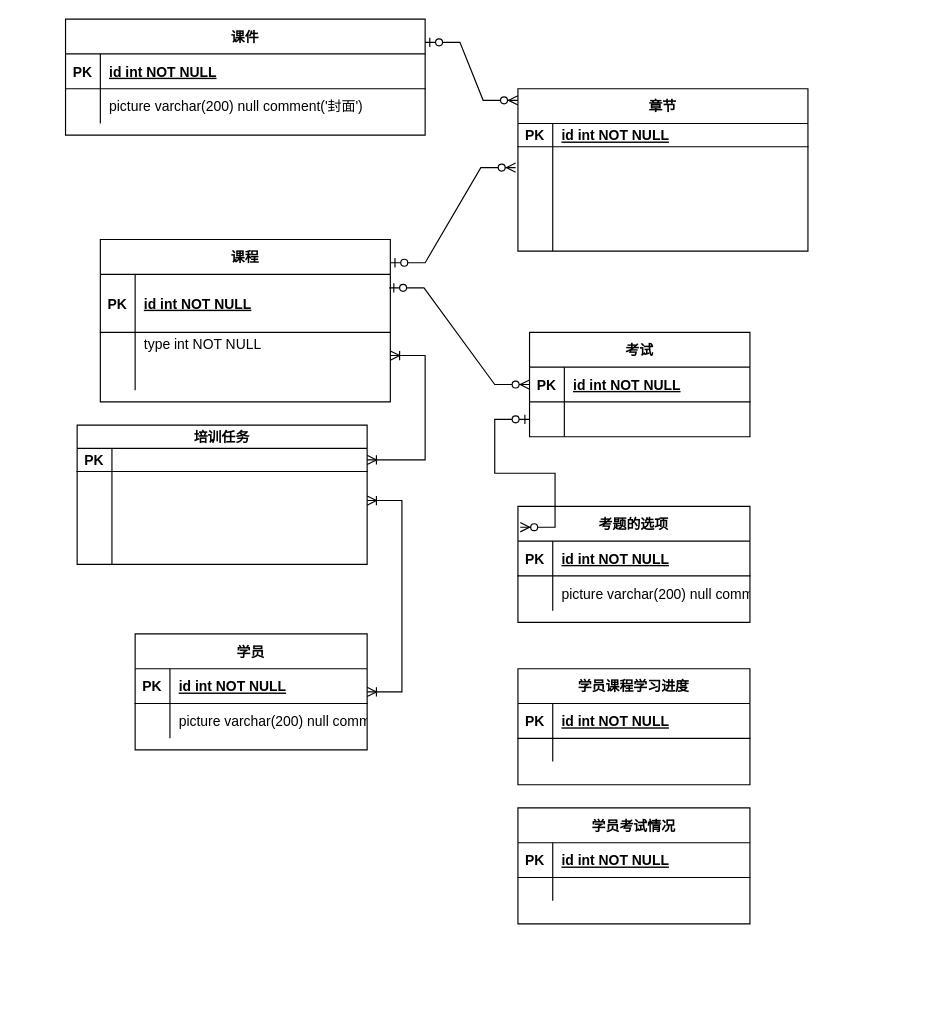
This is education.drawio from jasonTong1/diagram, a draw.io file, before an edit. Source tidied: cells renumbered, new cells numbered last; positions are measured from the earlier drawing's top-left corner, leaving out a move shared by most shapes. Both pictures are drawn from the tidied source at 116%, with x=0, y=0 at pixel (65, 19).
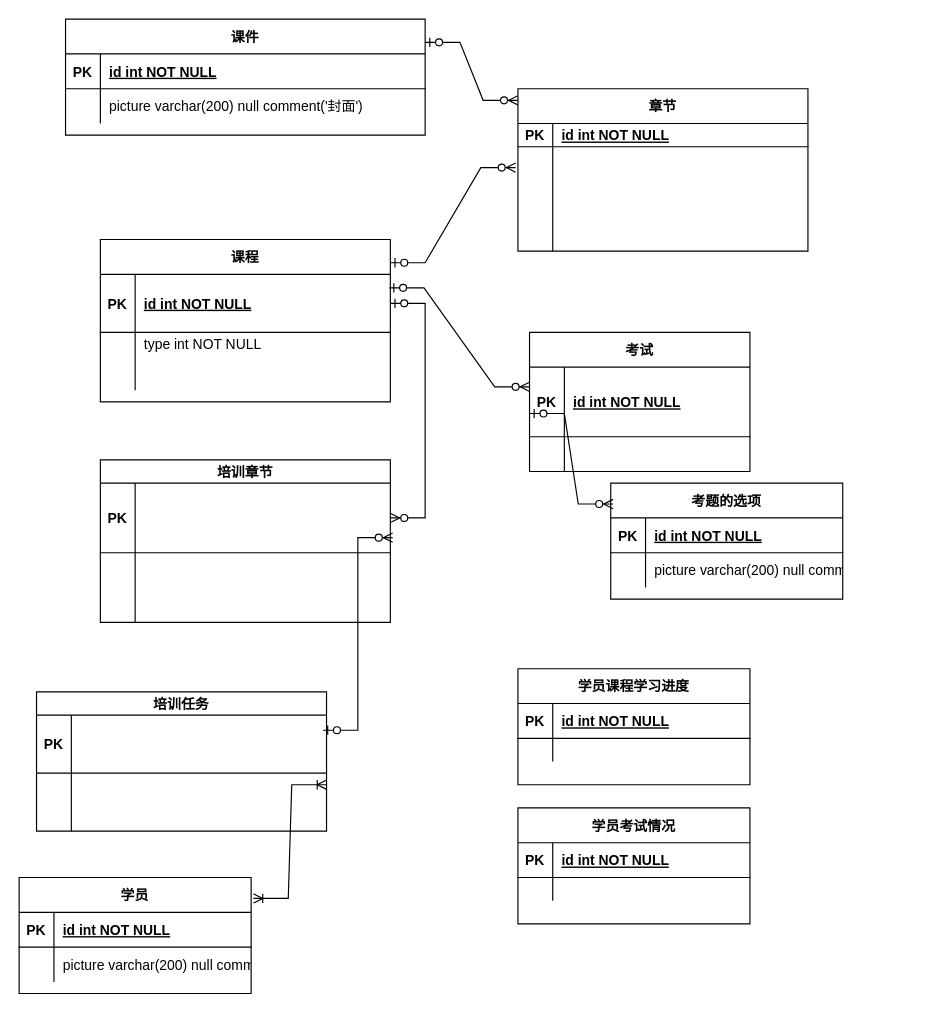
The same page after the edit.

Unchanged cells that the change refers to:
```xml
<mxCell id="3" style="shape=partialRectangle;fillColor=none;points=[[0,0.5],[1,0.5]];portConstraint=eastwest;top=0;left=0;right=0;bottom=1;" parent="2" vertex="1">
  <mxGeometry y="30" width="250" height="50" as="geometry" />
</mxCell>
```

Diff of the diagram source:
```diff
@@
     <mxCell id="12" value="培训任务" style="shape=table;startSize=20;childLayout=tableLayout;rowLines=0;fontStyle=1;align=center;" parent="1" vertex="1">
-      <mxGeometry x="10" y="350" width="250" height="120" as="geometry" />
+      <mxGeometry x="-25" y="580" width="250" height="120" as="geometry" />
     </mxCell>
     <mxCell id="13" style="shape=partialRectangle;fillColor=none;points=[[0,0.5],[1,0.5]];portConstraint=eastwest;top=0;left=0;right=0;bottom=1;" parent="12" vertex="1">
-      <mxGeometry y="20" width="250" height="20" as="geometry" />
+      <mxGeometry y="20" width="250" height="50" as="geometry" />
     </mxCell>
     <mxCell id="14" value="PK" style="shape=partialRectangle;overflow=hidden;fillColor=none;top=0;left=0;bottom=0;right=0;fontStyle=1;" parent="13" vertex="1">
-      <mxGeometry width="30" height="20" as="geometry" />
+      <mxGeometry width="30" height="50" as="geometry" />
     </mxCell>
     <mxCell id="15" style="shape=partialRectangle;overflow=hidden;fillColor=none;top=0;left=0;bottom=0;right=0;align=left;spacingLeft=6;fontStyle=5;" parent="13" vertex="1">
-      <mxGeometry x="30" width="220" height="20" as="geometry" />
+      <mxGeometry x="30" width="220" height="50" as="geometry" />
     </mxCell>
     <mxCell id="16" style="shape=partialRectangle;fillColor=none;points=[[0,0.5],[1,0.5]];portConstraint=eastwest;top=0;left=0;right=0;bottom=0;" parent="12" vertex="1">
-      <mxGeometry y="40" width="250" height="50" as="geometry" />
+      <mxGeometry y="70" width="250" height="20" as="geometry" />
     </mxCell>
     <mxCell id="17" style="shape=partialRectangle;overflow=hidden;fillColor=none;top=0;left=0;bottom=0;right=0;" parent="16" vertex="1">
-      <mxGeometry width="30" height="50" as="geometry" />
+      <mxGeometry width="30" height="20" as="geometry" />
     </mxCell>
     <mxCell id="18" style="shape=partialRectangle;overflow=hidden;fillColor=none;top=0;left=0;bottom=0;right=0;align=left;spacingLeft=6;" parent="16" vertex="1">
-      <mxGeometry x="30" width="220" height="50" as="geometry" />
+      <mxGeometry x="30" width="220" height="20" as="geometry" />
     </mxCell>
@@
-    <mxCell id="29" style="edgeStyle=entityRelationEdgeStyle;fontSize=12;html=1;endArrow=ERoneToMany;startArrow=ERoneToMany;rounded=0;entryX=1;entryY=0.5;entryDx=0;entryDy=0;" parent="1" edge="1" target="13">
-      <mxGeometry relative="1" as="geometry">
-        <mxPoint x="280" y="290" as="sourcePoint" />
-      </mxGeometry>
-    </mxCell>
     <mxCell id="30" value="考试" style="shape=table;startSize=30;childLayout=tableLayout;rowLines=0;fontStyle=1;align=center;" parent="1" vertex="1">
-      <mxGeometry x="400" y="270" width="190" height="90" as="geometry" />
+      <mxGeometry x="400" y="270" width="190" height="120" as="geometry" />
     </mxCell>
     <mxCell id="31" style="shape=partialRectangle;fillColor=none;points=[[0,0.5],[1,0.5]];portConstraint=eastwest;top=0;left=0;right=0;bottom=1;" parent="30" vertex="1">
-      <mxGeometry y="30" width="190" height="30" as="geometry" />
+      <mxGeometry y="30" width="190" height="60" as="geometry" />
     </mxCell>
     <mxCell id="32" value="PK" style="shape=partialRectangle;overflow=hidden;fillColor=none;top=0;left=0;bottom=0;right=0;fontStyle=1;" parent="31" vertex="1">
-      <mxGeometry width="30" height="30" as="geometry" />
+      <mxGeometry width="30" height="60" as="geometry" />
     </mxCell>
     <mxCell id="33" value="id int NOT NULL " style="shape=partialRectangle;overflow=hidden;fillColor=none;top=0;left=0;bottom=0;right=0;align=left;spacingLeft=6;fontStyle=5;" parent="31" vertex="1">
-      <mxGeometry x="30" width="160" height="30" as="geometry" />
+      <mxGeometry x="30" width="160" height="60" as="geometry" />
     </mxCell>
     <mxCell id="34" style="shape=partialRectangle;fillColor=none;points=[[0,0.5],[1,0.5]];portConstraint=eastwest;top=0;left=0;right=0;bottom=0;" parent="30" vertex="1">
-      <mxGeometry y="60" width="190" height="30" as="geometry" />
+      <mxGeometry y="90" width="190" height="30" as="geometry" />
     </mxCell>
@@
-    <mxCell id="37" style="edgeStyle=entityRelationEdgeStyle;fontSize=12;html=1;endArrow=ERzeroToMany;startArrow=ERzeroToOne;rounded=0;exitX=0.996;exitY=0.233;exitDx=0;exitDy=0;exitPerimeter=0;" parent="1" edge="1" source="3" target="30">
+    <mxCell id="37" style="edgeStyle=entityRelationEdgeStyle;fontSize=12;html=1;endArrow=ERzeroToMany;startArrow=ERzeroToOne;rounded=0;exitX=0.996;exitY=0.233;exitDx=0;exitDy=0;exitPerimeter=0;entryX=0;entryY=0.283;entryDx=0;entryDy=0;entryPerimeter=0;" parent="1" edge="1" source="3" target="31">
       <mxGeometry relative="1" as="geometry" />
     </mxCell>
@@
     <mxCell id="50" value="学员" style="shape=table;startSize=30;childLayout=tableLayout;rowLines=0;fontStyle=1;align=center;" parent="1" vertex="1">
-      <mxGeometry x="60" y="530" width="200" height="100" as="geometry" />
+      <mxGeometry x="-40" y="740" width="200" height="100" as="geometry" />
     </mxCell>
@@
-    <mxCell id="57" style="edgeStyle=entityRelationEdgeStyle;fontSize=12;html=1;endArrow=ERoneToMany;startArrow=ERoneToMany;rounded=0;exitX=1;exitY=0.5;exitDx=0;exitDy=0;" parent="1" edge="1" source="16" target="50">
+    <mxCell id="57" style="edgeStyle=entityRelationEdgeStyle;fontSize=12;html=1;endArrow=ERoneToMany;startArrow=ERoneToMany;rounded=0;exitX=1;exitY=0.5;exitDx=0;exitDy=0;entryX=1.01;entryY=0.18;entryDx=0;entryDy=0;entryPerimeter=0;" parent="1" edge="1" source="16" target="50">
       <mxGeometry relative="1" as="geometry" />
     </mxCell>
     <mxCell id="58" value="考题的选项" style="shape=table;startSize=30;childLayout=tableLayout;rowLines=0;fontStyle=1;align=center;" parent="1" vertex="1">
-      <mxGeometry x="390" y="420" width="200" height="100" as="geometry" />
+      <mxGeometry x="470" y="400" width="200" height="100" as="geometry" />
     </mxCell>
@@
-    <mxCell id="65" style="edgeStyle=entityRelationEdgeStyle;fontSize=12;html=1;endArrow=ERzeroToMany;startArrow=ERzeroToOne;rounded=0;exitX=0;exitY=0.5;exitDx=0;exitDy=0;entryX=0.01;entryY=0.18;entryDx=0;entryDy=0;entryPerimeter=0;" parent="1" edge="1" source="34" target="58">
-      <mxGeometry relative="1" as="geometry" />
+    <mxCell id="65" style="edgeStyle=entityRelationEdgeStyle;fontSize=12;html=1;endArrow=ERzeroToMany;startArrow=ERzeroToOne;rounded=0;entryX=0.01;entryY=0.18;entryDx=0;entryDy=0;entryPerimeter=0;" parent="1" edge="1" target="58">
+      <mxGeometry relative="1" as="geometry">
+        <mxPoint x="400" y="340" as="sourcePoint" />
+      </mxGeometry>
     </mxCell>
@@
+    <mxCell id="80" value="培训章节" style="shape=table;startSize=20;childLayout=tableLayout;rowLines=0;fontStyle=1;align=center;" parent="1" vertex="1">
+      <mxGeometry x="30" y="380" width="250" height="140" as="geometry" />
+    </mxCell>
+    <mxCell id="81" style="shape=partialRectangle;fillColor=none;points=[[0,0.5],[1,0.5]];portConstraint=eastwest;top=0;left=0;right=0;bottom=1;" parent="80" vertex="1">
+      <mxGeometry y="20" width="250" height="60" as="geometry" />
+    </mxCell>
+    <mxCell id="82" value="PK" style="shape=partialRectangle;overflow=hidden;fillColor=none;top=0;left=0;bottom=0;right=0;fontStyle=1;" parent="81" vertex="1">
+      <mxGeometry width="30" height="60" as="geometry" />
+    </mxCell>
+    <mxCell id="83" style="shape=partialRectangle;overflow=hidden;fillColor=none;top=0;left=0;bottom=0;right=0;align=left;spacingLeft=6;fontStyle=5;" parent="81" vertex="1">
+      <mxGeometry x="30" width="220" height="60" as="geometry" />
+    </mxCell>
+    <mxCell id="84" style="shape=partialRectangle;fillColor=none;top=0;left=0;right=0;bottom=0;" parent="80" vertex="1">
+      <mxGeometry y="80" width="250" height="30" as="geometry" />
+    </mxCell>
+    <mxCell id="85" style="shape=partialRectangle;overflow=hidden;fillColor=none;top=0;left=0;bottom=0;right=0;" parent="84" vertex="1">
+      <mxGeometry width="30" height="30" as="geometry" />
+    </mxCell>
+    <mxCell id="86" style="shape=partialRectangle;overflow=hidden;fillColor=none;top=0;left=0;bottom=0;right=0;align=left;spacingLeft=6;" parent="84" vertex="1">
+      <mxGeometry x="30" width="220" height="30" as="geometry" />
+    </mxCell>
+    <mxCell id="87" style="shape=partialRectangle;fillColor=none;top=0;left=0;right=0;bottom=0;" parent="80" vertex="1">
+      <mxGeometry y="110" width="250" height="30" as="geometry" />
+    </mxCell>
+    <mxCell id="88" style="shape=partialRectangle;overflow=hidden;fillColor=none;top=0;left=0;bottom=0;right=0;" parent="87" vertex="1">
+      <mxGeometry width="30" height="30" as="geometry" />
+    </mxCell>
+    <mxCell id="89" style="shape=partialRectangle;overflow=hidden;fillColor=none;top=0;left=0;bottom=0;right=0;align=left;spacingLeft=6;" parent="87" vertex="1">
+      <mxGeometry x="30" width="220" height="30" as="geometry" />
+    </mxCell>
+    <mxCell id="90" style="edgeStyle=entityRelationEdgeStyle;fontSize=12;html=1;endArrow=ERzeroToMany;startArrow=ERzeroToOne;rounded=0;" parent="1" edge="1" source="3" target="81">
+      <mxGeometry relative="1" as="geometry" />
+    </mxCell>
+    <mxCell id="91" style="edgeStyle=entityRelationEdgeStyle;fontSize=12;html=1;endArrow=ERzeroToMany;startArrow=ERzeroToOne;rounded=0;entryX=1.008;entryY=0.783;entryDx=0;entryDy=0;exitX=0.988;exitY=0.26;exitDx=0;exitDy=0;entryPerimeter=0;exitPerimeter=0;" parent="1" edge="1" source="13" target="81">
+      <mxGeometry relative="1" as="geometry" />
+    </mxCell>
```
